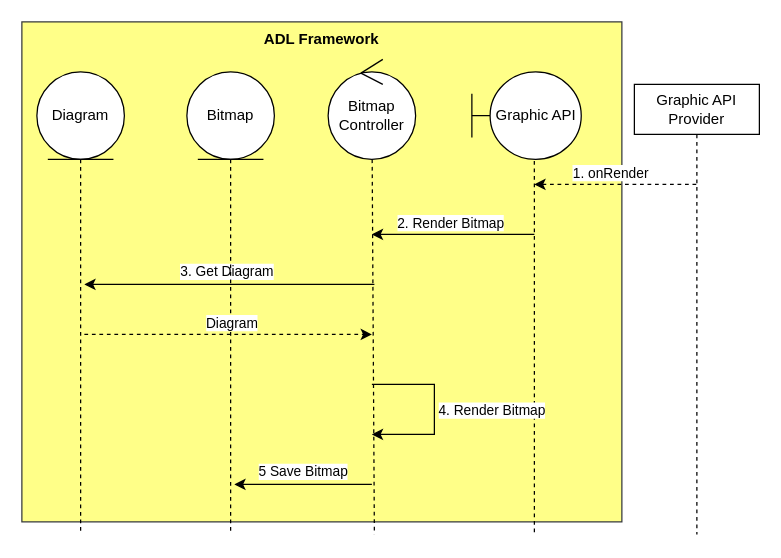
Above: drawio/usecases_detail/Render Bitmap.drawio in phunm211/SW-Associate-Architecture (draw.io), before the change. Source tidied: cells renumbered, new cells numbered last; positions are measured from the earlier drawing's top-left corner, leaving out a move shared by most shapes. Both pictures are drawn from the tidied source at 125%, with x=0, y=0 at pixel (21, 21).
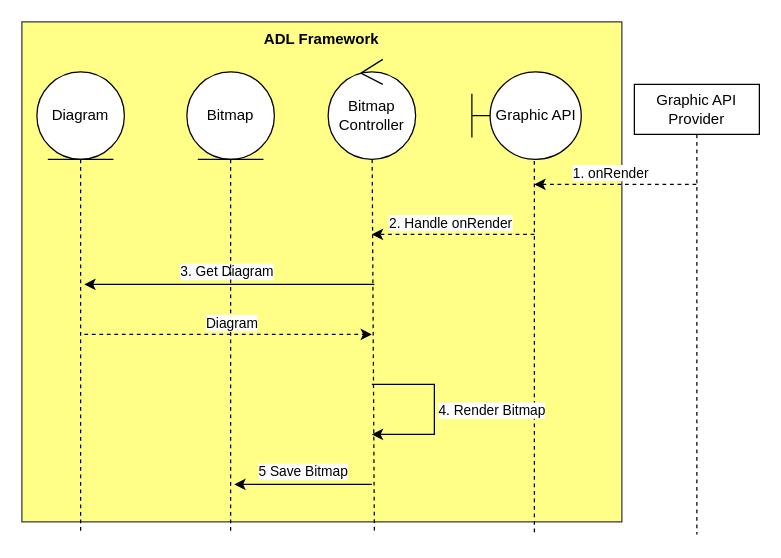
After the change.

What changed in the source:
```diff
@@
-    <mxCell id="12" style="endArrow=classic;html=1;rounded=0;" parent="1" edge="1">
+    <mxCell id="12" style="endArrow=classic;html=1;rounded=0;dashed=1;" parent="1" edge="1">
       <mxGeometry relative="1" as="geometry">
         <mxPoint x="410" y="170" as="sourcePoint" />
         <mxPoint x="280" y="170" as="targetPoint" />
       </mxGeometry>
     </mxCell>
-    <mxCell id="13" value="2. Render Bitmap" style="edgeLabel;html=1;align=center;verticalAlign=middle;" parent="12" vertex="1">
+    <mxCell id="13" value="2. Handle onRender" style="edgeLabel;html=1;align=center;verticalAlign=middle;" parent="12" vertex="1">
       <mxGeometry x="0.05" y="-1" relative="1" as="geometry">
         <mxPoint y="-9" as="offset" />
       </mxGeometry>
     </mxCell>
```
